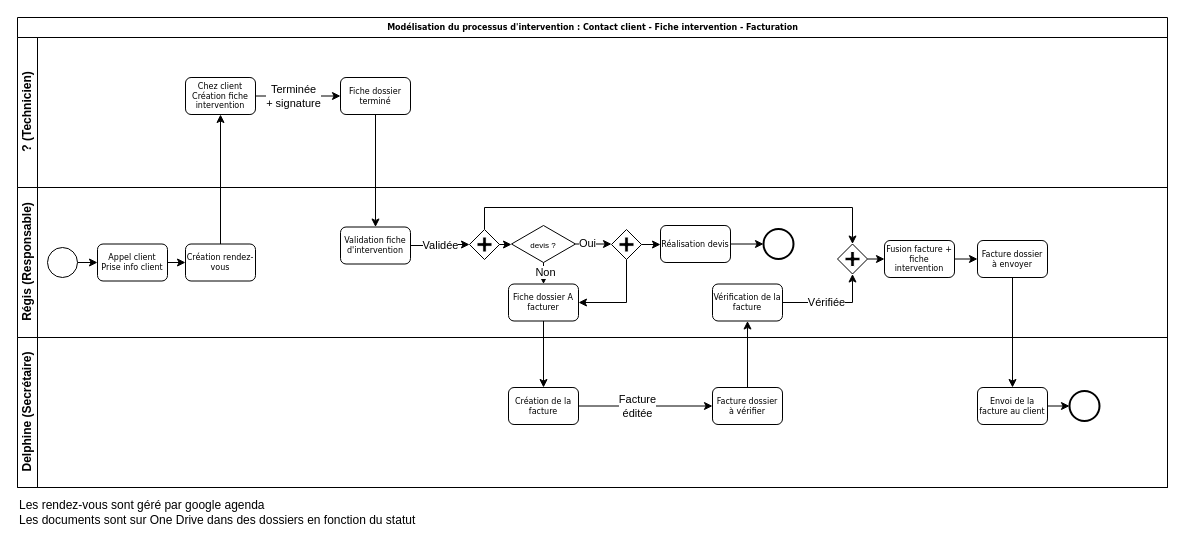
Makanien/Gestion-des-interventions keeps this draw.io diagram as Modelisation interventions Climat elec.drawio. Above is the earlier version. Source tidied: cells renumbered, new cells numbered last; positions are measured from the earlier drawing's top-left corner, leaving out a move shared by most shapes. Both pictures are drawn from the tidied source at 100%, with x=0, y=0 at pixel (17, 17).
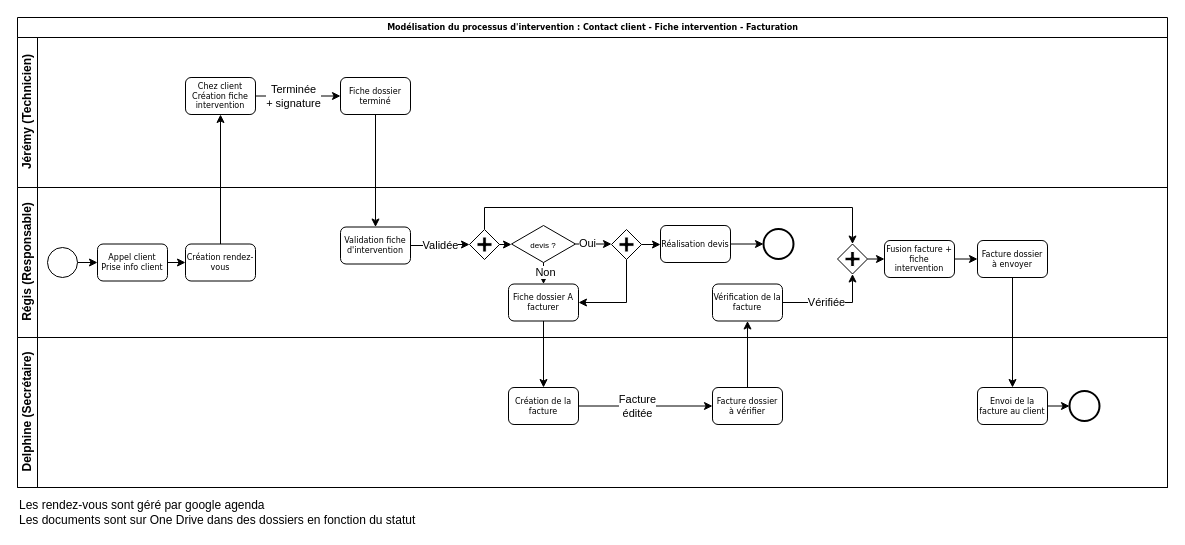
The same diagram, later.

Commit message:
addtechnician name

Unchanged cells that the change refers to:
```xml
<mxCell id="2" value="Modélisation du processus d'intervention : Contact client - Fiche intervention - Facturation" style="swimlane;html=1;horizontal=1;startSize=20;rounded=0;shadow=0;labelBackgroundColor=none;strokeWidth=1;fontFamily=Verdana;fontSize=8;align=center;" parent="1" vertex="1">
  <mxGeometry width="1150" height="470" as="geometry" />
</mxCell>
```

The edit, as a diff of the source:
```diff
@@
-    <mxCell id="3" value="? (Technicien)" style="swimlane;html=1;startSize=20;horizontal=0;" parent="2" vertex="1">
+    <mxCell id="3" value="Jérémy (Technicien)" style="swimlane;html=1;startSize=20;horizontal=0;" parent="2" vertex="1">
       <mxGeometry y="20" width="1150" height="150" as="geometry" />
     </mxCell>
```
